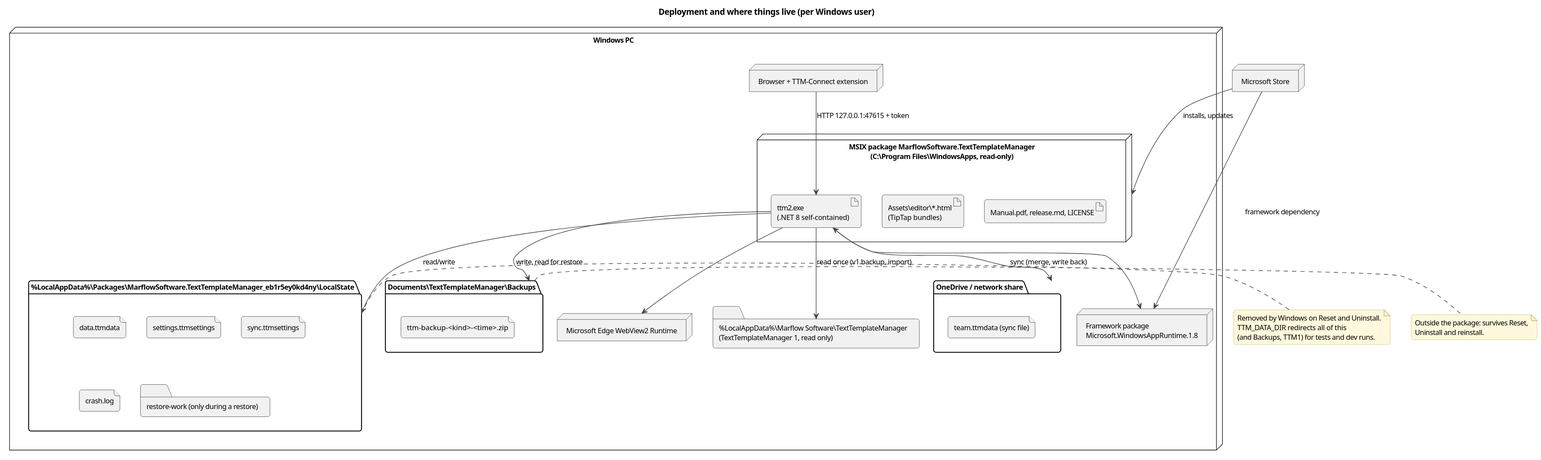
Earlier version of the PlantUML export docs/architecture/diagrams/deployment.svg (halatsWol/TextTemplateManager-v2). Source of this version:
```plantuml
@startuml
!include _style.iuml
title Deployment and where things live (per Windows user)

node "Microsoft Store" as Store
node "Windows PC" {
  node "MSIX package MarflowSoftware.TextTemplateManager\n(C:\\Program Files\\WindowsApps, read-only)" as Pkg {
    artifact "ttm2.exe\n(.NET 8 self-contained)" as Exe
    artifact "Assets\\editor\\*.html\n(TipTap bundles)" as EditorAssets
    artifact "Manual.pdf, release.md, LICENSE" as Docs
  }
  node "Framework package\nMicrosoft.WindowsAppRuntime.1.8" as WinAppSdk
  node "Microsoft Edge WebView2 Runtime" as WebView2
  folder "%LocalAppData%\\Packages\\MarflowSoftware.TextTemplateManager_eb1r5ey0kd4ny\\LocalState" as LocalState {
    file "data.ttmdata"
    file "settings.ttmsettings"
    file "sync.ttmsettings"
    file "crash.log"
    folder "restore-work (only during a restore)"
  }
  folder "Documents\\TextTemplateManager\\Backups" as Backups {
    file "ttm-backup-<kind>-<time>.zip"
  }
  folder "%LocalAppData%\\Marflow Software\\TextTemplateManager\n(TextTemplateManager 1, read only)" as V1
  folder "OneDrive / network share" as Shared {
    file "team.ttmdata (sync file)"
  }
  node "Browser + TTM-Connect extension" as Ext
}

Store --> Pkg : installs, updates
Store --> WinAppSdk : framework dependency
Exe --> WinAppSdk
Exe --> WebView2
Exe --> LocalState : read/write
Exe --> Backups : write, read for restore
Exe --> V1 : read once (v1 backup, import)
Exe <--> Shared : sync (merge, write back)
Ext --> Exe : HTTP 127.0.0.1:47615 + token
note right of LocalState
  Removed by Windows on Reset and Uninstall.
  TTM_DATA_DIR redirects all of this
  (and Backups, TTM1) for tests and dev runs.
end note
note right of Backups
  Outside the package: survives Reset,
  Uninstall and reinstall.
end note
@enduml
```
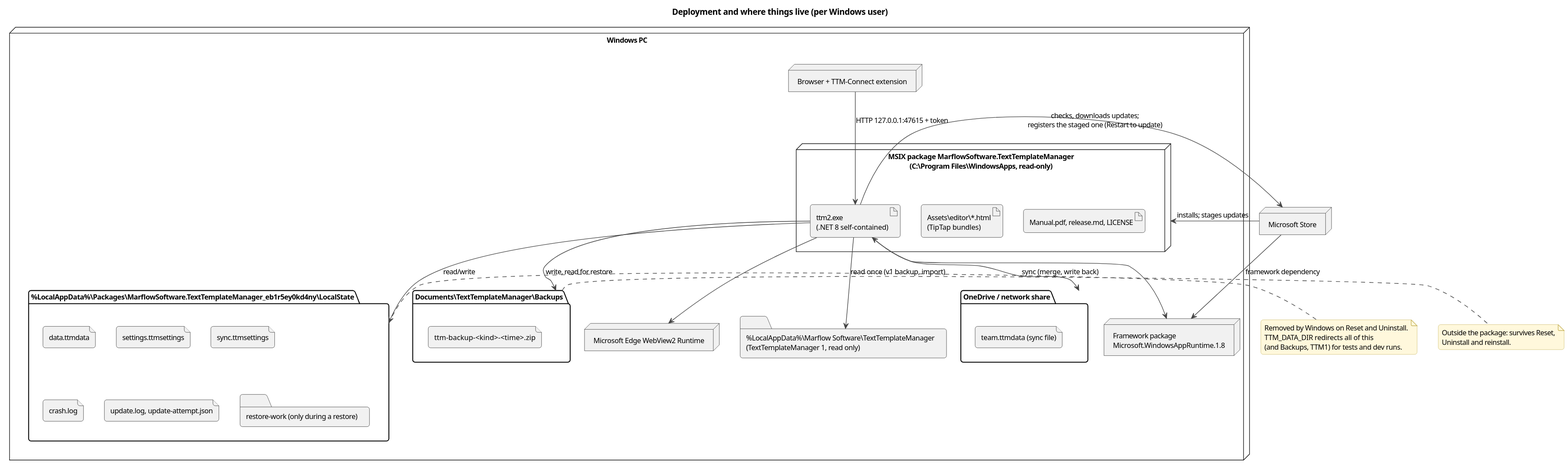
After the change.

Change to the diagram source:
```diff
@@ -16,6 +16,7 @@
     file "settings.ttmsettings"
     file "sync.ttmsettings"
     file "crash.log"
+    file "update.log, update-attempt.json"
     folder "restore-work (only during a restore)"
   }
   folder "Documents\\TextTemplateManager\\Backups" as Backups {
@@ -28,7 +29,8 @@
   node "Browser + TTM-Connect extension" as Ext
 }
 
-Store --> Pkg : installs, updates
+Store --> Pkg : installs; stages updates
+Exe --> Store : checks, downloads updates;\nregisters the staged one (Restart to update)
 Store --> WinAppSdk : framework dependency
 Exe --> WinAppSdk
 Exe --> WebView2
```
